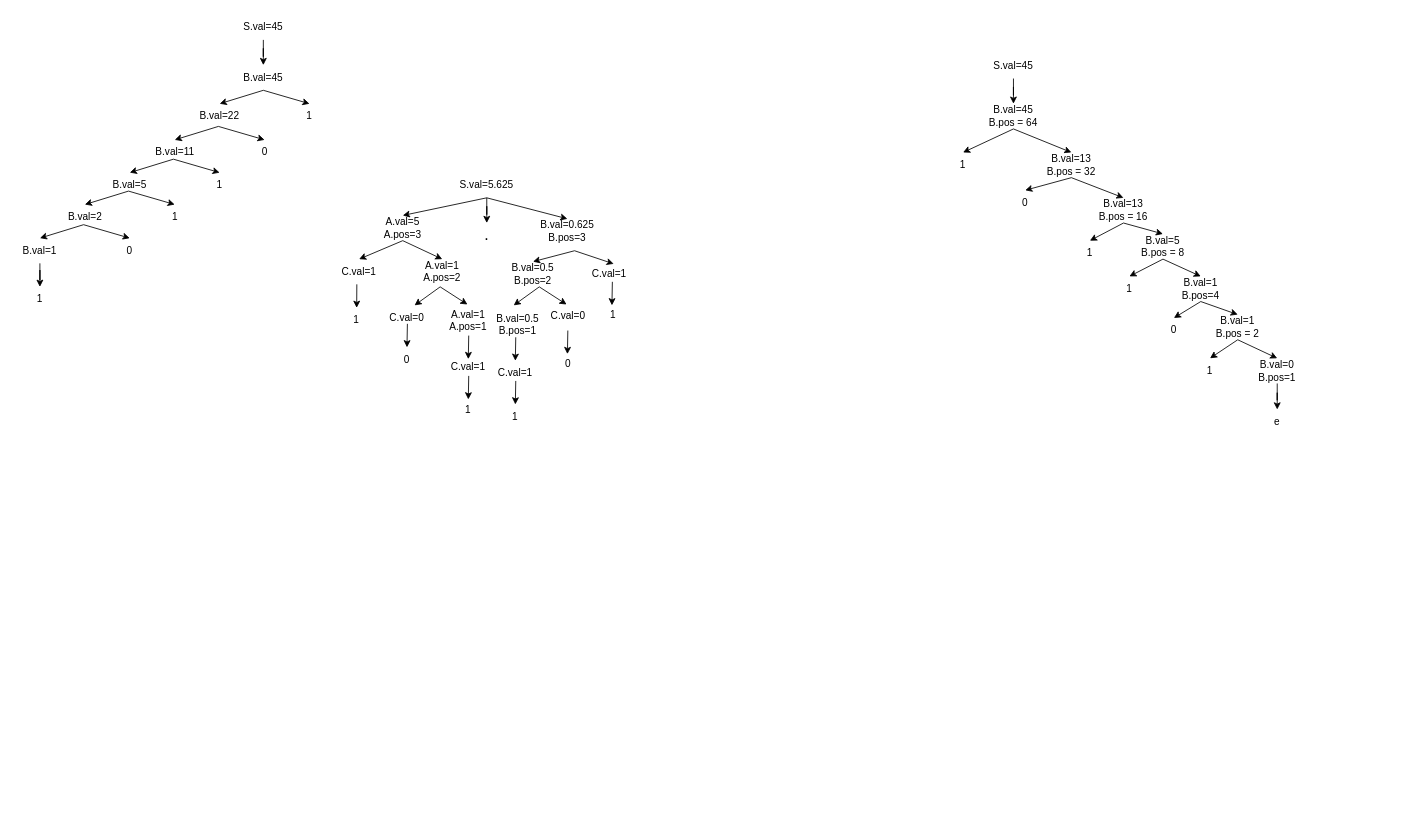
This is 编译原理作业7.drawio from ZYNsama666/BackUp, a draw.io file, before an edit. Source tidied: cells renumbered, new cells numbered last; positions are measured from the earlier drawing's top-left corner, leaving out a move shared by most shapes. Both pictures are drawn from the tidied source at 84%, with x=0, y=0 at pixel (14, 14).
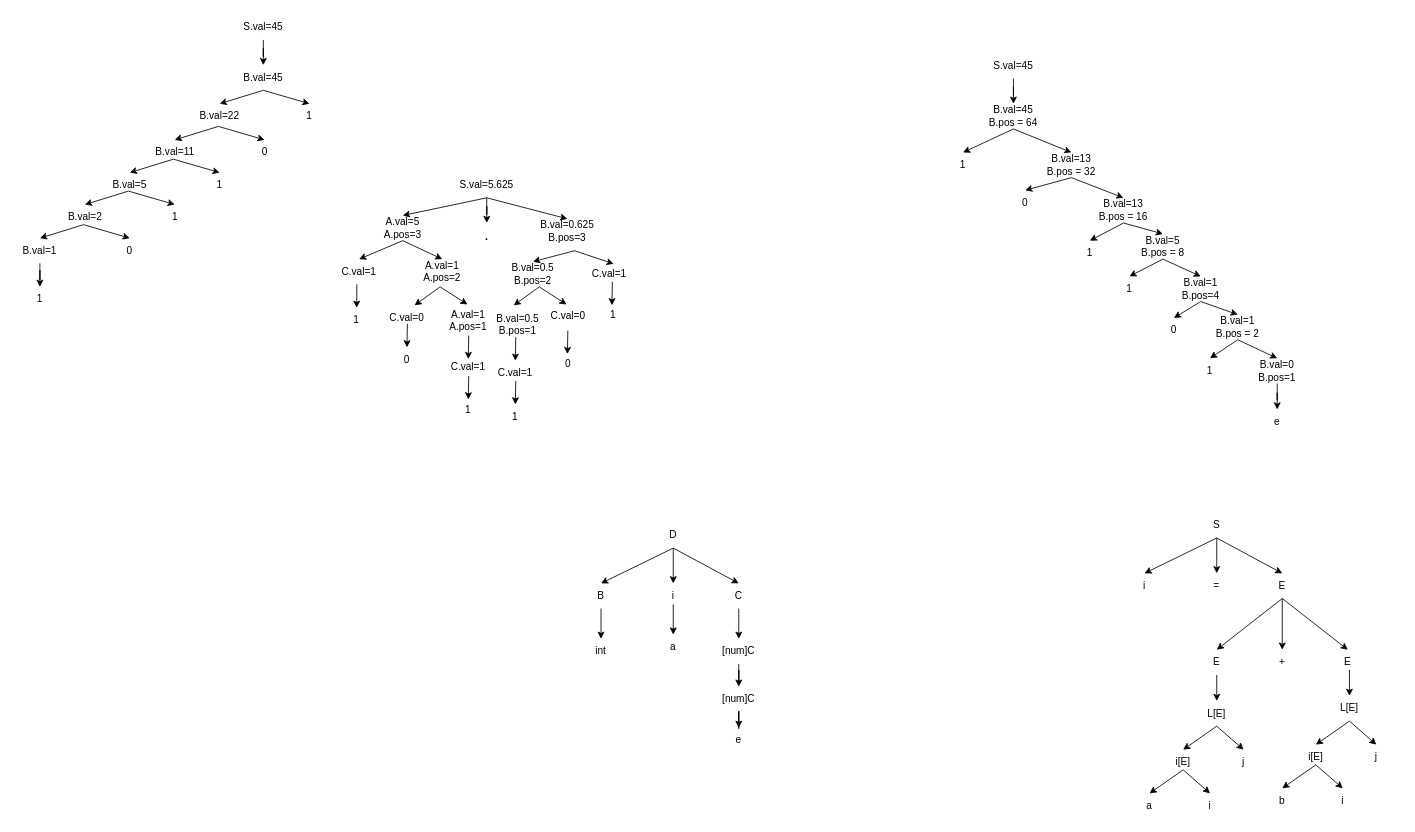
Above is the later version.

Commit message (it also covers changes not shown here):
更新编译原理作业7.drawio

Diff of the diagram source:
```diff
@@
+    <mxCell id="95" value="S" style="text;html=1;strokeColor=none;fillColor=none;align=center;verticalAlign=middle;whiteSpace=wrap;rounded=0;" parent="1" vertex="1">
+      <mxGeometry x="1401" y="593" width="60" height="30" as="geometry" />
+    </mxCell>
+    <mxCell id="96" value="i" style="text;html=1;strokeColor=none;fillColor=none;align=center;verticalAlign=middle;whiteSpace=wrap;rounded=0;" parent="1" vertex="1">
+      <mxGeometry x="1315" y="665" width="60" height="30" as="geometry" />
+    </mxCell>
+    <mxCell id="97" style="endArrow=classic;html=1;rounded=0;exitX=0.5;exitY=1;exitDx=0;exitDy=0;entryX=0.5;entryY=0;entryDx=0;entryDy=0;" parent="1" edge="1" source="95" target="96">
+      <mxGeometry relative="1" as="geometry" />
+    </mxCell>
+    <mxCell id="98" value="E" style="text;html=1;strokeColor=none;fillColor=none;align=center;verticalAlign=middle;whiteSpace=wrap;rounded=0;" parent="1" vertex="1">
+      <mxGeometry x="1479" y="665" width="60" height="30" as="geometry" />
+    </mxCell>
+    <mxCell id="99" style="endArrow=classic;html=1;rounded=0;exitX=0.5;exitY=1;exitDx=0;exitDy=0;entryX=0.5;entryY=0;entryDx=0;entryDy=0;" parent="1" edge="1" source="95" target="98">
+      <mxGeometry relative="1" as="geometry" />
+    </mxCell>
+    <mxCell id="100" style="endArrow=classic;html=1;rounded=0;exitX=0.5;exitY=1;exitDx=0;exitDy=0;" parent="1" edge="1" source="95" target="101">
+      <mxGeometry relative="1" as="geometry" />
+    </mxCell>
+    <mxCell id="101" value="=" style="text;html=1;strokeColor=none;fillColor=none;align=center;verticalAlign=middle;whiteSpace=wrap;rounded=0;" parent="1" vertex="1">
+      <mxGeometry x="1401" y="665" width="60" height="30" as="geometry" />
+    </mxCell>
+    <mxCell id="102" value="E" style="text;html=1;strokeColor=none;fillColor=none;align=center;verticalAlign=middle;whiteSpace=wrap;rounded=0;" parent="1" vertex="1">
+      <mxGeometry x="1401" y="756" width="60" height="30" as="geometry" />
+    </mxCell>
+    <mxCell id="103" style="endArrow=classic;html=1;rounded=0;exitX=0.5;exitY=1;exitDx=0;exitDy=0;entryX=0.5;entryY=0;entryDx=0;entryDy=0;" parent="1" edge="1" source="98" target="102">
+      <mxGeometry relative="1" as="geometry" />
+    </mxCell>
+    <mxCell id="104" value="E" style="text;html=1;strokeColor=none;fillColor=none;align=center;verticalAlign=middle;whiteSpace=wrap;rounded=0;" parent="1" vertex="1">
+      <mxGeometry x="1557" y="756" width="60" height="30" as="geometry" />
+    </mxCell>
+    <mxCell id="105" style="endArrow=classic;html=1;rounded=0;exitX=0.5;exitY=1;exitDx=0;exitDy=0;entryX=0.5;entryY=0;entryDx=0;entryDy=0;" parent="1" edge="1" source="98" target="104">
+      <mxGeometry relative="1" as="geometry" />
+    </mxCell>
+    <mxCell id="106" style="endArrow=classic;html=1;rounded=0;exitX=0.5;exitY=1;exitDx=0;exitDy=0;" parent="1" edge="1" source="98" target="107">
+      <mxGeometry relative="1" as="geometry" />
+    </mxCell>
+    <mxCell id="107" value="+" style="text;html=1;strokeColor=none;fillColor=none;align=center;verticalAlign=middle;whiteSpace=wrap;rounded=0;" parent="1" vertex="1">
+      <mxGeometry x="1479" y="756" width="60" height="30" as="geometry" />
+    </mxCell>
+    <mxCell id="108" style="endArrow=classic;html=1;rounded=0;exitX=0.5;exitY=1;exitDx=0;exitDy=0;entryX=0.5;entryY=0;entryDx=0;entryDy=0;" parent="1" edge="1" source="102" target="109">
+      <mxGeometry relative="1" as="geometry" />
+    </mxCell>
+    <mxCell id="109" value="L[E]" style="text;html=1;strokeColor=none;fillColor=none;align=center;verticalAlign=middle;whiteSpace=wrap;rounded=0;" parent="1" vertex="1">
+      <mxGeometry x="1401" y="817" width="60" height="30" as="geometry" />
+    </mxCell>
+    <mxCell id="110" style="endArrow=classic;html=1;rounded=0;exitX=0.5;exitY=1;exitDx=0;exitDy=0;entryX=0.5;entryY=0;entryDx=0;entryDy=0;" parent="1" edge="1" source="109" target="111">
+      <mxGeometry relative="1" as="geometry" />
+    </mxCell>
+    <mxCell id="111" value="i[E]" style="text;html=1;strokeColor=none;fillColor=none;align=center;verticalAlign=middle;whiteSpace=wrap;rounded=0;" parent="1" vertex="1">
+      <mxGeometry x="1361" y="875" width="60" height="30" as="geometry" />
+    </mxCell>
+    <mxCell id="112" value="j" style="text;html=1;strokeColor=none;fillColor=none;align=center;verticalAlign=middle;whiteSpace=wrap;rounded=0;" parent="1" vertex="1">
+      <mxGeometry x="1433" y="875" width="60" height="30" as="geometry" />
+    </mxCell>
+    <mxCell id="113" style="endArrow=classic;html=1;rounded=0;exitX=0.5;exitY=1;exitDx=0;exitDy=0;entryX=0.5;entryY=0;entryDx=0;entryDy=0;" parent="1" edge="1" source="109" target="112">
+      <mxGeometry relative="1" as="geometry" />
+    </mxCell>
+    <mxCell id="114" style="endArrow=classic;html=1;rounded=0;exitX=0.5;exitY=1;exitDx=0;exitDy=0;entryX=0.5;entryY=0;entryDx=0;entryDy=0;" parent="1" edge="1" target="115">
+      <mxGeometry relative="1" as="geometry">
+        <mxPoint x="1391" y="899" as="sourcePoint" />
+      </mxGeometry>
+    </mxCell>
+    <mxCell id="115" value="a" style="text;html=1;strokeColor=none;fillColor=none;align=center;verticalAlign=middle;whiteSpace=wrap;rounded=0;" parent="1" vertex="1">
+      <mxGeometry x="1321" y="927" width="60" height="30" as="geometry" />
+    </mxCell>
+    <mxCell id="116" value="i" style="text;html=1;strokeColor=none;fillColor=none;align=center;verticalAlign=middle;whiteSpace=wrap;rounded=0;" parent="1" vertex="1">
+      <mxGeometry x="1393" y="927" width="60" height="30" as="geometry" />
+    </mxCell>
+    <mxCell id="117" style="endArrow=classic;html=1;rounded=0;exitX=0.5;exitY=1;exitDx=0;exitDy=0;entryX=0.5;entryY=0;entryDx=0;entryDy=0;" parent="1" edge="1" target="116">
+      <mxGeometry relative="1" as="geometry">
+        <mxPoint x="1391" y="899" as="sourcePoint" />
+      </mxGeometry>
+    </mxCell>
+    <mxCell id="118" style="endArrow=classic;html=1;rounded=0;exitX=0.5;exitY=1;exitDx=0;exitDy=0;entryX=0.5;entryY=0;entryDx=0;entryDy=0;" parent="1" edge="1" target="119">
+      <mxGeometry relative="1" as="geometry">
+        <mxPoint x="1589" y="780" as="sourcePoint" />
+      </mxGeometry>
+    </mxCell>
+    <mxCell id="119" value="L[E]" style="text;html=1;strokeColor=none;fillColor=none;align=center;verticalAlign=middle;whiteSpace=wrap;rounded=0;" parent="1" vertex="1">
+      <mxGeometry x="1559" y="811" width="60" height="30" as="geometry" />
+    </mxCell>
+    <mxCell id="120" style="endArrow=classic;html=1;rounded=0;exitX=0.5;exitY=1;exitDx=0;exitDy=0;entryX=0.5;entryY=0;entryDx=0;entryDy=0;" parent="1" edge="1" source="119" target="121">
+      <mxGeometry relative="1" as="geometry" />
+    </mxCell>
+    <mxCell id="121" value="i[E]" style="text;html=1;strokeColor=none;fillColor=none;align=center;verticalAlign=middle;whiteSpace=wrap;rounded=0;" parent="1" vertex="1">
+      <mxGeometry x="1519" y="869" width="60" height="30" as="geometry" />
+    </mxCell>
+    <mxCell id="122" value="j" style="text;html=1;strokeColor=none;fillColor=none;align=center;verticalAlign=middle;whiteSpace=wrap;rounded=0;" parent="1" vertex="1">
+      <mxGeometry x="1591" y="869" width="60" height="30" as="geometry" />
+    </mxCell>
+    <mxCell id="123" style="endArrow=classic;html=1;rounded=0;exitX=0.5;exitY=1;exitDx=0;exitDy=0;entryX=0.5;entryY=0;entryDx=0;entryDy=0;" parent="1" edge="1" source="119" target="122">
+      <mxGeometry relative="1" as="geometry" />
+    </mxCell>
+    <mxCell id="124" style="endArrow=classic;html=1;rounded=0;exitX=0.5;exitY=1;exitDx=0;exitDy=0;entryX=0.5;entryY=0;entryDx=0;entryDy=0;" parent="1" edge="1" target="125">
+      <mxGeometry relative="1" as="geometry">
+        <mxPoint x="1549" y="893" as="sourcePoint" />
+      </mxGeometry>
+    </mxCell>
+    <mxCell id="125" value="b" style="text;html=1;strokeColor=none;fillColor=none;align=center;verticalAlign=middle;whiteSpace=wrap;rounded=0;" parent="1" vertex="1">
+      <mxGeometry x="1479" y="921" width="60" height="30" as="geometry" />
+    </mxCell>
+    <mxCell id="126" value="i" style="text;html=1;strokeColor=none;fillColor=none;align=center;verticalAlign=middle;whiteSpace=wrap;rounded=0;" parent="1" vertex="1">
+      <mxGeometry x="1551" y="921" width="60" height="30" as="geometry" />
+    </mxCell>
+    <mxCell id="127" style="endArrow=classic;html=1;rounded=0;exitX=0.5;exitY=1;exitDx=0;exitDy=0;entryX=0.5;entryY=0;entryDx=0;entryDy=0;" parent="1" edge="1" target="126">
+      <mxGeometry relative="1" as="geometry">
+        <mxPoint x="1549" y="893" as="sourcePoint" />
+      </mxGeometry>
+    </mxCell>
+    <mxCell id="128" value="D" style="text;html=1;strokeColor=none;fillColor=none;align=center;verticalAlign=middle;whiteSpace=wrap;rounded=0;" parent="1" vertex="1">
+      <mxGeometry x="754" y="605" width="60" height="30" as="geometry" />
+    </mxCell>
+    <mxCell id="129" value="B" style="text;html=1;strokeColor=none;fillColor=none;align=center;verticalAlign=middle;whiteSpace=wrap;rounded=0;" parent="1" vertex="1">
+      <mxGeometry x="668" y="677" width="60" height="30" as="geometry" />
+    </mxCell>
+    <mxCell id="130" style="endArrow=classic;html=1;rounded=0;exitX=0.5;exitY=1;exitDx=0;exitDy=0;entryX=0.5;entryY=0;entryDx=0;entryDy=0;" parent="1" edge="1" source="128" target="129">
+      <mxGeometry relative="1" as="geometry" />
+    </mxCell>
+    <mxCell id="131" value="C" style="text;html=1;strokeColor=none;fillColor=none;align=center;verticalAlign=middle;whiteSpace=wrap;rounded=0;" parent="1" vertex="1">
+      <mxGeometry x="832" y="677" width="60" height="30" as="geometry" />
+    </mxCell>
+    <mxCell id="132" style="endArrow=classic;html=1;rounded=0;exitX=0.5;exitY=1;exitDx=0;exitDy=0;entryX=0.5;entryY=0;entryDx=0;entryDy=0;" parent="1" edge="1" source="128" target="131">
+      <mxGeometry relative="1" as="geometry" />
+    </mxCell>
+    <mxCell id="133" style="endArrow=classic;html=1;rounded=0;exitX=0.5;exitY=1;exitDx=0;exitDy=0;" parent="1" edge="1" source="128" target="134">
+      <mxGeometry relative="1" as="geometry" />
+    </mxCell>
+    <mxCell id="134" value="i" style="text;html=1;strokeColor=none;fillColor=none;align=center;verticalAlign=middle;whiteSpace=wrap;rounded=0;" parent="1" vertex="1">
+      <mxGeometry x="754" y="677" width="60" height="30" as="geometry" />
+    </mxCell>
+    <mxCell id="135" style="endArrow=classic;html=1;rounded=0;exitX=0.5;exitY=1;exitDx=0;exitDy=0;" parent="1" edge="1" source="131" target="137">
+      <mxGeometry relative="1" as="geometry" />
+    </mxCell>
+    <mxCell id="136" style="edgeStyle=orthogonalEdgeStyle;rounded=0;jettySize=auto;html=1;" parent="1" edge="1" source="137" target="143">
+      <mxGeometry relative="1" as="geometry" />
+    </mxCell>
+    <mxCell id="137" value="[num]C" style="text;html=1;strokeColor=none;fillColor=none;align=center;verticalAlign=middle;whiteSpace=wrap;rounded=0;" parent="1" vertex="1">
+      <mxGeometry x="832" y="743" width="60" height="30" as="geometry" />
+    </mxCell>
+    <mxCell id="138" style="endArrow=classic;html=1;rounded=0;exitX=0.5;exitY=1;exitDx=0;exitDy=0;entryX=0.5;entryY=0;entryDx=0;entryDy=0;" parent="1" edge="1" source="129" target="139">
+      <mxGeometry relative="1" as="geometry" />
+    </mxCell>
+    <mxCell id="139" value="int" style="text;html=1;strokeColor=none;fillColor=none;align=center;verticalAlign=middle;whiteSpace=wrap;rounded=0;" parent="1" vertex="1">
+      <mxGeometry x="668" y="743" width="60" height="30" as="geometry" />
+    </mxCell>
+    <mxCell id="140" style="endArrow=classic;html=1;rounded=0;exitX=0.5;exitY=1;exitDx=0;exitDy=0;entryX=0.5;entryY=0;entryDx=0;entryDy=0;" parent="1" edge="1" target="141">
+      <mxGeometry relative="1" as="geometry">
+        <mxPoint x="784" y="702" as="sourcePoint" />
+      </mxGeometry>
+    </mxCell>
+    <mxCell id="141" value="a" style="text;html=1;strokeColor=none;fillColor=none;align=center;verticalAlign=middle;whiteSpace=wrap;rounded=0;" parent="1" vertex="1">
+      <mxGeometry x="754" y="738" width="60" height="30" as="geometry" />
+    </mxCell>
+    <mxCell id="142" style="edgeStyle=orthogonalEdgeStyle;rounded=0;jettySize=auto;html=1;entryX=0.5;entryY=0;entryDx=0;entryDy=0;" parent="1" edge="1" source="143" target="144">
+      <mxGeometry relative="1" as="geometry" />
+    </mxCell>
+    <mxCell id="143" value="[num]C" style="text;html=1;strokeColor=none;fillColor=none;align=center;verticalAlign=middle;whiteSpace=wrap;rounded=0;" parent="1" vertex="1">
+      <mxGeometry x="832" y="800" width="60" height="30" as="geometry" />
+    </mxCell>
+    <mxCell id="144" value="e" style="text;html=1;strokeColor=none;fillColor=none;align=center;verticalAlign=middle;whiteSpace=wrap;rounded=0;" parent="1" vertex="1">
+      <mxGeometry x="832" y="849" width="60" height="30" as="geometry" />
+    </mxCell>
```
